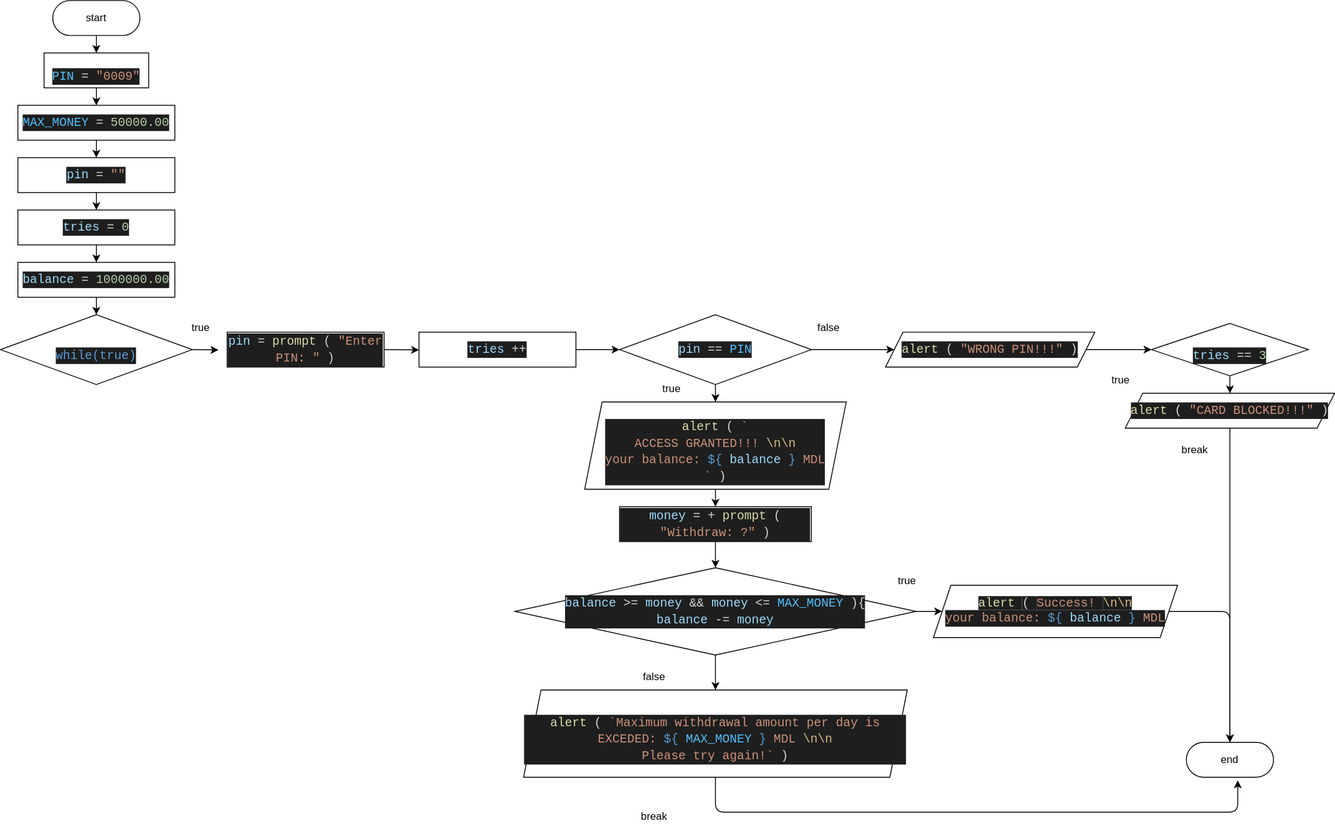
Earlier version of the draw.io export while.pin.code.drawio.svg (corinachistol/JS---Week4). Source tidied: cells renumbered, new cells last; positions are measured from the earlier drawing's top-left corner, leaving out a move shared by most shapes.
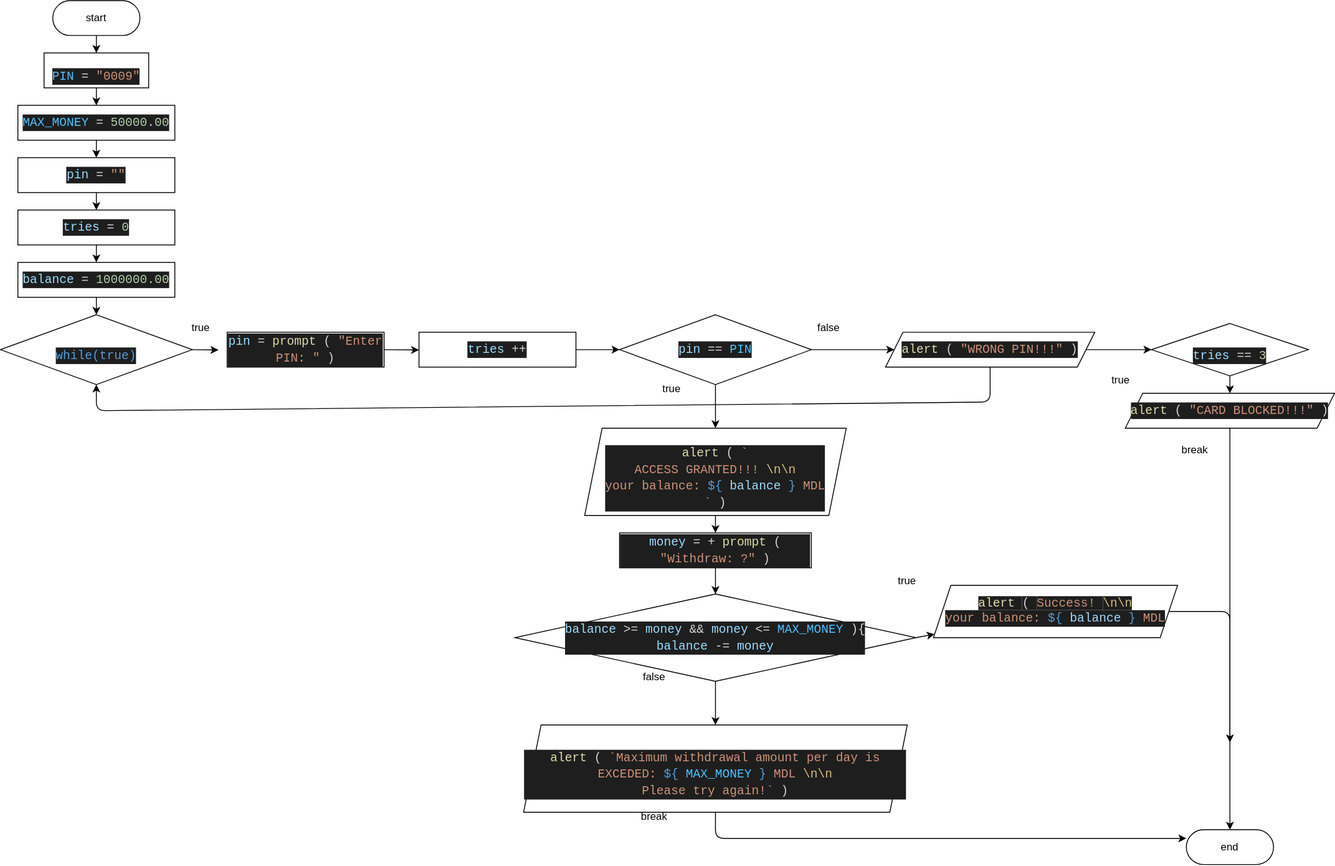
Above is the later version.

What changed in the source:
```diff
@@ -9,7 +9,7 @@
       <mxGeometry x="60" width="100" height="40" as="geometry" />
     </mxCell>
     <mxCell id="4" value="end" style="rounded=1;whiteSpace=wrap;html=1;arcSize=50;" parent="1" vertex="1">
-      <mxGeometry x="1360" y="850" width="100" height="40" as="geometry" />
+      <mxGeometry x="1360" y="950" width="100" height="40" as="geometry" />
     </mxCell>
     <mxCell id="5" style="edgeStyle=none;html=1;exitX=0.5;exitY=1;exitDx=0;exitDy=0;entryX=0.5;entryY=0;entryDx=0;entryDy=0;" parent="1" edge="1" source="6" target="8">
       <mxGeometry relative="1" as="geometry" />
@@ -82,7 +82,7 @@
       <mxGeometry relative="1" as="geometry" />
     </mxCell>
     <mxCell id="27" value="&lt;br&gt;&lt;br&gt;&lt;div style=&quot;color: rgb(212 , 212 , 212) ; background-color: rgb(30 , 30 , 30) ; font-family: &amp;#34;consolas&amp;#34; , &amp;#34;courier new&amp;#34; , monospace ; font-weight: normal ; font-size: 14px ; line-height: 19px&quot;&gt;&lt;div&gt;&lt;span style=&quot;color: #dcdcaa&quot;&gt;alert&lt;/span&gt;&lt;span style=&quot;color: #d4d4d4&quot;&gt;(&lt;/span&gt;&lt;span style=&quot;color: #ce9178&quot;&gt;`&lt;/span&gt;&lt;/div&gt;&lt;div&gt;&lt;span style=&quot;color: #ce9178&quot;&gt;&amp;nbsp;ACCESS GRANTED!!!&lt;/span&gt;&lt;span style=&quot;color: #d7ba7d&quot;&gt;\n\n&lt;/span&gt;&lt;/div&gt;&lt;div&gt;&lt;span style=&quot;color: #ce9178&quot;&gt;your balance: &lt;/span&gt;&lt;span style=&quot;color: #569cd6&quot;&gt;${&lt;/span&gt;&lt;span style=&quot;color: #9cdcfe&quot;&gt;balance&lt;/span&gt;&lt;span style=&quot;color: #569cd6&quot;&gt;}&lt;/span&gt;&lt;span style=&quot;color: #ce9178&quot;&gt;MDL&lt;/span&gt;&lt;/div&gt;&lt;div&gt;&lt;span style=&quot;color: #ce9178&quot;&gt;&amp;nbsp; &amp;nbsp; &amp;nbsp; &amp;nbsp; &amp;nbsp; &amp;nbsp; `&lt;/span&gt;&lt;span style=&quot;color: #d4d4d4&quot;&gt;)&lt;/span&gt;&lt;/div&gt;&lt;/div&gt;&lt;br&gt;" style="shape=parallelogram;perimeter=parallelogramPerimeter;whiteSpace=wrap;html=1;fixedSize=1;" parent="1" vertex="1">
-      <mxGeometry x="670" y="460" width="300" height="100" as="geometry" />
+      <mxGeometry x="670" y="490" width="300" height="100" as="geometry" />
     </mxCell>
     <mxCell id="28" value="false" style="text;html=1;strokeColor=none;fillColor=none;align=center;verticalAlign=middle;whiteSpace=wrap;rounded=0;" parent="1" vertex="1">
       <mxGeometry x="920" y="360" width="60" height="30" as="geometry" />
@@ -90,6 +90,14 @@
     <mxCell id="29" style="edgeStyle=none;html=1;exitX=1;exitY=0.5;exitDx=0;exitDy=0;entryX=0;entryY=0.5;entryDx=0;entryDy=0;" parent="1" edge="1" source="30" target="32">
       <mxGeometry relative="1" as="geometry" />
     </mxCell>
+    <mxCell id="49" style="edgeStyle=none;html=1;exitX=0.5;exitY=1;exitDx=0;exitDy=0;entryX=0.5;entryY=1;entryDx=0;entryDy=0;" parent="1" edge="1" source="30" target="16">
+      <mxGeometry relative="1" as="geometry">
+        <Array as="points">
+          <mxPoint x="1135" y="460" />
+          <mxPoint x="110" y="470" />
+        </Array>
+      </mxGeometry>
+    </mxCell>
     <mxCell id="30" value="&#10;&#10;&lt;div style=&quot;color: rgb(212, 212, 212); background-color: rgb(30, 30, 30); font-family: consolas, &amp;quot;courier new&amp;quot;, monospace; font-weight: normal; font-size: 14px; line-height: 19px;&quot;&gt;&lt;div&gt;&lt;span style=&quot;color: #dcdcaa&quot;&gt;alert&lt;/span&gt;&lt;span style=&quot;color: #d4d4d4&quot;&gt;(&lt;/span&gt;&lt;span style=&quot;color: #ce9178&quot;&gt;&quot;WRONG PIN!!!&quot;&lt;/span&gt;&lt;span style=&quot;color: #d4d4d4&quot;&gt;)&lt;/span&gt;&lt;/div&gt;&lt;/div&gt;&#10;&#10;" style="shape=parallelogram;perimeter=parallelogramPerimeter;whiteSpace=wrap;html=1;fixedSize=1;" parent="1" vertex="1">
       <mxGeometry x="1015" y="380" width="240" height="40" as="geometry" />
     </mxCell>
@@ -112,7 +120,7 @@
       <mxGeometry relative="1" as="geometry" />
     </mxCell>
     <mxCell id="37" value="&#10;&#10;&lt;div style=&quot;color: rgb(212, 212, 212); background-color: rgb(30, 30, 30); font-family: consolas, &amp;quot;courier new&amp;quot;, monospace; font-weight: normal; font-size: 14px; line-height: 19px;&quot;&gt;&lt;div&gt;&lt;span style=&quot;color: #9cdcfe&quot;&gt;money&lt;/span&gt;&lt;span style=&quot;color: #d4d4d4&quot;&gt; = +&lt;/span&gt;&lt;span style=&quot;color: #dcdcaa&quot;&gt;prompt&lt;/span&gt;&lt;span style=&quot;color: #d4d4d4&quot;&gt;(&lt;/span&gt;&lt;span style=&quot;color: #ce9178&quot;&gt;&quot;Withdraw: ?&quot;&lt;/span&gt;&lt;span style=&quot;color: #d4d4d4&quot;&gt;)&lt;/span&gt;&lt;/div&gt;&lt;/div&gt;&#10;&#10;" style="rounded=0;whiteSpace=wrap;html=1;" parent="1" vertex="1">
-      <mxGeometry x="710" y="580" width="220" height="40" as="geometry" />
+      <mxGeometry x="710" y="610" width="220" height="40" as="geometry" />
     </mxCell>
     <mxCell id="38" style="edgeStyle=none;html=1;exitX=1;exitY=0.5;exitDx=0;exitDy=0;" parent="1" edge="1" source="40" target="43">
       <mxGeometry relative="1" as="geometry" />
@@ -121,7 +129,7 @@
       <mxGeometry relative="1" as="geometry" />
     </mxCell>
     <mxCell id="40" value="&#10;&#10;&lt;div style=&quot;color: rgb(212, 212, 212); background-color: rgb(30, 30, 30); font-family: consolas, &amp;quot;courier new&amp;quot;, monospace; font-weight: normal; font-size: 14px; line-height: 19px;&quot;&gt;&lt;div&gt;&lt;span style=&quot;color: #9cdcfe&quot;&gt;balance&lt;/span&gt;&lt;span style=&quot;color: #d4d4d4&quot;&gt; &amp;gt;= &lt;/span&gt;&lt;span style=&quot;color: #9cdcfe&quot;&gt;money&lt;/span&gt;&lt;span style=&quot;color: #d4d4d4&quot;&gt; &amp;amp;&amp;amp; &lt;/span&gt;&lt;span style=&quot;color: #9cdcfe&quot;&gt;money&lt;/span&gt;&lt;span style=&quot;color: #d4d4d4&quot;&gt; &amp;lt;= &lt;/span&gt;&lt;span style=&quot;color: #4fc1ff&quot;&gt;MAX_MONEY&lt;/span&gt;&lt;span style=&quot;color: #d4d4d4&quot;&gt;){&lt;/span&gt;&lt;/div&gt;&lt;div&gt;&lt;span style=&quot;color: #d4d4d4&quot;&gt;&amp;nbsp; &amp;nbsp; &amp;nbsp; &amp;nbsp; &amp;nbsp; &amp;nbsp; &amp;nbsp; &amp;nbsp; &lt;/span&gt;&lt;span style=&quot;color: #9cdcfe&quot;&gt;balance&lt;/span&gt;&lt;span style=&quot;color: #d4d4d4&quot;&gt; -=&lt;/span&gt;&lt;span style=&quot;color: #9cdcfe&quot;&gt;money&lt;/span&gt;&lt;/div&gt;&lt;/div&gt;&#10;&#10;" style="rhombus;whiteSpace=wrap;html=1;" parent="1" vertex="1">
-      <mxGeometry x="590" y="650" width="460" height="100" as="geometry" />
+      <mxGeometry x="590" y="680" width="460" height="100" as="geometry" />
     </mxCell>
     <mxCell id="41" value="true" style="text;html=1;strokeColor=none;fillColor=none;align=center;verticalAlign=middle;whiteSpace=wrap;rounded=0;" parent="1" vertex="1">
       <mxGeometry x="1010" y="650" width="60" height="30" as="geometry" />
@@ -140,16 +148,15 @@
     <mxCell id="44" value="false" style="text;html=1;strokeColor=none;fillColor=none;align=center;verticalAlign=middle;whiteSpace=wrap;rounded=0;" parent="1" vertex="1">
       <mxGeometry x="720" y="760" width="60" height="30" as="geometry" />
     </mxCell>
-    <mxCell id="45" style="edgeStyle=none;html=1;exitX=0.5;exitY=1;exitDx=0;exitDy=0;entryX=0.59;entryY=1.092;entryDx=0;entryDy=0;entryPerimeter=0;" parent="1" edge="1" source="46" target="4">
+    <mxCell id="45" style="edgeStyle=none;html=1;exitX=0.5;exitY=1;exitDx=0;exitDy=0;entryX=0;entryY=0.25;entryDx=0;entryDy=0;" parent="1" edge="1" source="46" target="4">
       <mxGeometry relative="1" as="geometry">
         <Array as="points">
-          <mxPoint x="820" y="930" />
-          <mxPoint x="1419" y="930" />
+          <mxPoint x="820" y="960" />
         </Array>
       </mxGeometry>
     </mxCell>
     <mxCell id="46" value="&lt;br&gt;&lt;br&gt;&lt;div style=&quot;color: rgb(212 , 212 , 212) ; background-color: rgb(30 , 30 , 30) ; font-family: &amp;#34;consolas&amp;#34; , &amp;#34;courier new&amp;#34; , monospace ; font-weight: normal ; font-size: 14px ; line-height: 19px&quot;&gt;&lt;div&gt;&lt;span style=&quot;color: #d4d4d4&quot;&gt;&amp;nbsp;&lt;/span&gt;&lt;span style=&quot;color: #dcdcaa&quot;&gt;alert&lt;/span&gt;&lt;span style=&quot;color: #d4d4d4&quot;&gt;(&lt;/span&gt;&lt;span style=&quot;color: #ce9178&quot;&gt;`Maximum withdrawal amount per day is EXCEDED: &lt;/span&gt;&lt;span style=&quot;color: #569cd6&quot;&gt;${&lt;/span&gt;&lt;span style=&quot;color: #4fc1ff&quot;&gt;MAX_MONEY&lt;/span&gt;&lt;span style=&quot;color: #569cd6&quot;&gt;}&lt;/span&gt;&lt;span style=&quot;color: #ce9178&quot;&gt;MDL &lt;/span&gt;&lt;span style=&quot;color: #d7ba7d&quot;&gt;\n\n&lt;/span&gt;&lt;/div&gt;&lt;div&gt;&lt;span style=&quot;color: #ce9178&quot;&gt;Please try again!`&lt;/span&gt;&lt;span style=&quot;color: #d4d4d4&quot;&gt;)&lt;/span&gt;&lt;/div&gt;&lt;/div&gt;&lt;br&gt;" style="shape=parallelogram;perimeter=parallelogramPerimeter;whiteSpace=wrap;html=1;fixedSize=1;" parent="1" vertex="1">
-      <mxGeometry x="600" y="790" width="440" height="100" as="geometry" />
+      <mxGeometry x="600" y="830" width="440" height="100" as="geometry" />
     </mxCell>
     <mxCell id="47" value="break" style="text;html=1;strokeColor=none;fillColor=none;align=center;verticalAlign=middle;whiteSpace=wrap;rounded=0;" parent="1" vertex="1">
       <mxGeometry x="1340" y="500" width="60" height="30" as="geometry" />
```
